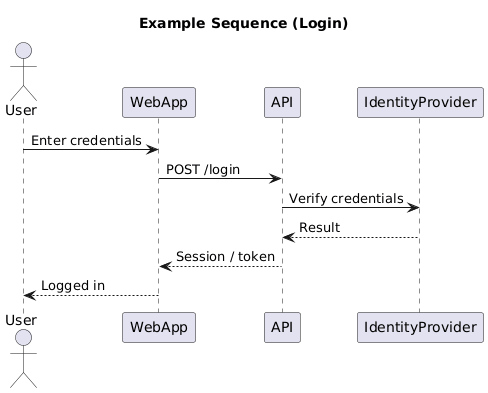
Earlier version of the PlantUML export docs/diagrams/hover-and-click/images/sequence-diagram.png (SevDev21/disney-ai-plus). Its diagram source:
```plantuml
@startuml


title Example Sequence (Login)

actor User
participant WebApp
participant API
participant IdentityProvider

User -> WebApp: Enter credentials
WebApp -> API: POST /login
API -> IdentityProvider: Verify credentials
IdentityProvider --> API: Result
API --> WebApp: Session / token
WebApp --> User: Logged in
@enduml
```
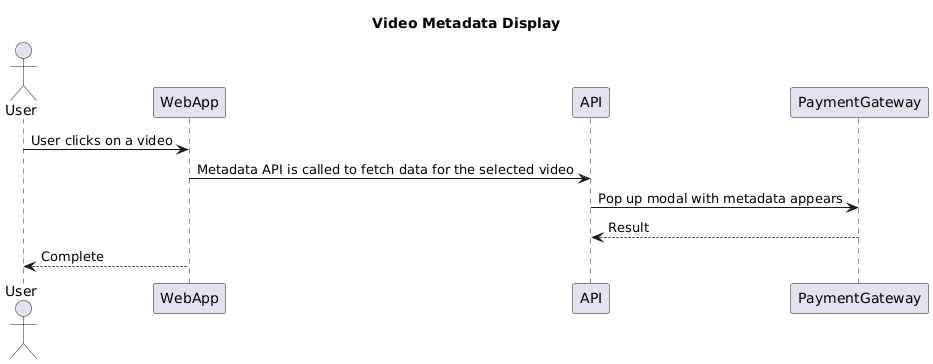
After the commit.

Diff of the diagram source:
```diff
@@ -1,17 +1,14 @@
 @startuml
-
-
-title Example Sequence (Login)
+title Video Metadata Display
 
 actor User
 participant WebApp
 participant API
-participant IdentityProvider
+participant PaymentGateway
 
-User -> WebApp: Enter credentials
-WebApp -> API: POST /login
-API -> IdentityProvider: Verify credentials
-IdentityProvider --> API: Result
-API --> WebApp: Session / token
-WebApp --> User: Logged in
+User -> WebApp: User clicks on a video
+WebApp -> API: Metadata API is called to fetch data for the selected video
+API -> PaymentGateway: Pop up modal with metadata appears
+PaymentGateway --> API: Result
+WebApp --> User: Complete
 @enduml
```
